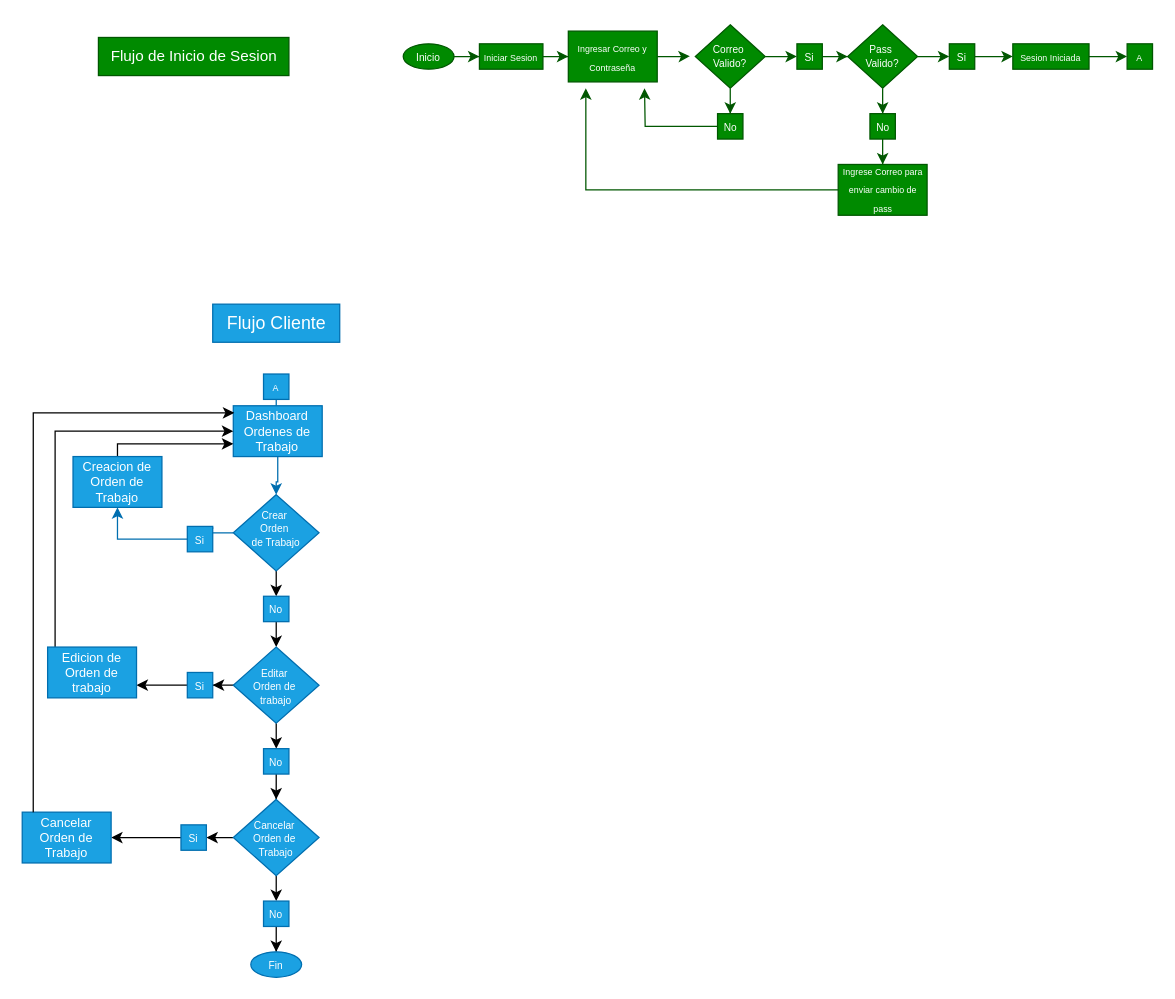
Before: Diagrama sin título.drawio in Jottapar/Curso, a draw.io diagram. Source tidied: cells renumbered, new cells numbered last; positions are measured from the earlier drawing's top-left corner, leaving out a move shared by most shapes. Both pictures are drawn from the tidied source at 127%, with x=0, y=0 at pixel (22, 24).
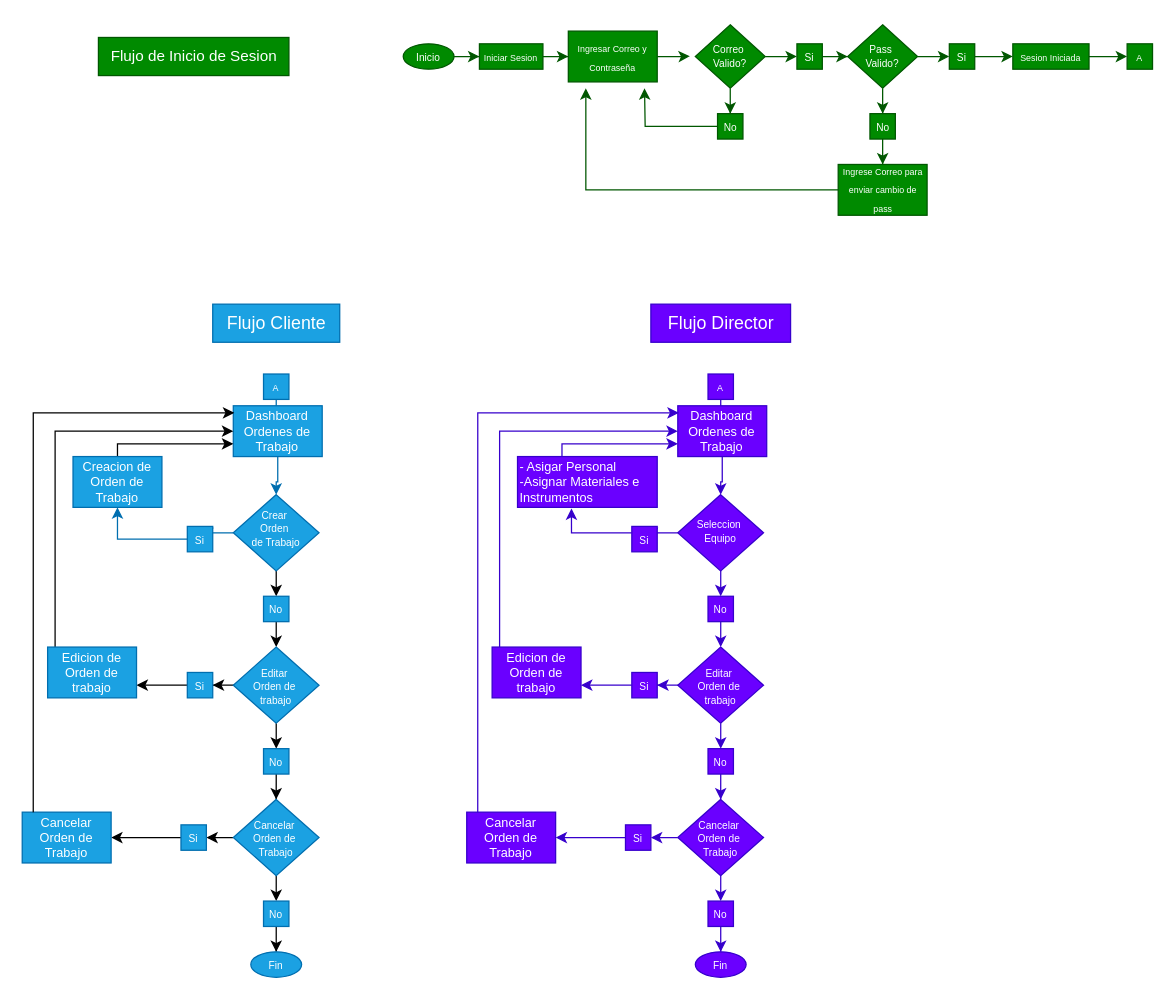
The same page after the edit.

The edit, as a diff of the source:
```diff
@@
+    <mxCell id="62" value="Flujo Director" style="text;html=1;align=center;verticalAlign=middle;strokeColor=#3700CC;fillColor=#6a00ff;fontColor=#ffffff;fontSize=14;" parent="1" vertex="1">
+      <mxGeometry x="495" y="220" width="110" height="30" as="geometry" />
+    </mxCell>
+    <mxCell id="63" style="edgeStyle=orthogonalEdgeStyle;rounded=0;jettySize=auto;html=1;entryX=0.5;entryY=0;entryDx=0;entryDy=0;fillColor=#6a00ff;strokeColor=#3700CC;" parent="1" edge="1" source="64" target="66">
+      <mxGeometry relative="1" as="geometry" />
+    </mxCell>
+    <mxCell id="64" value="&lt;span style=&quot;font-size: 7px;&quot;&gt;A&lt;/span&gt;" style="rounded=0;whiteSpace=wrap;html=1;fillColor=#6a00ff;fontColor=#ffffff;strokeColor=#3700CC;" parent="1" vertex="1">
+      <mxGeometry x="540" y="275" width="20" height="20" as="geometry" />
+    </mxCell>
+    <mxCell id="65" style="edgeStyle=orthogonalEdgeStyle;rounded=0;jettySize=auto;html=1;entryX=0.5;entryY=0;entryDx=0;entryDy=0;fillColor=#6a00ff;strokeColor=#3700CC;" parent="1" edge="1" source="66" target="69">
+      <mxGeometry relative="1" as="geometry" />
+    </mxCell>
+    <mxCell id="66" value="&lt;font&gt;Dashboard Ordenes de Trabajo&lt;/font&gt;" style="rounded=0;whiteSpace=wrap;html=1;fillColor=#6a00ff;fontColor=#ffffff;strokeColor=#3700CC;fontSize=10;" parent="1" vertex="1">
+      <mxGeometry x="516.2" y="300" width="70" height="40" as="geometry" />
+    </mxCell>
+    <mxCell id="67" style="edgeStyle=orthogonalEdgeStyle;rounded=0;jettySize=auto;html=1;fillColor=#6a00ff;strokeColor=#3700CC;" parent="1" edge="1" source="69" target="71">
+      <mxGeometry relative="1" as="geometry" />
+    </mxCell>
+    <mxCell id="68" style="edgeStyle=orthogonalEdgeStyle;rounded=0;jettySize=auto;html=1;entryX=0.5;entryY=0;entryDx=0;entryDy=0;fillColor=#6a00ff;strokeColor=#3700CC;" parent="1" edge="1" source="69" target="73">
+      <mxGeometry relative="1" as="geometry" />
+    </mxCell>
+    <mxCell id="69" value="&lt;div style=&quot;line-height: 70%;&quot;&gt;&lt;span style=&quot;font-size: 8px;&quot;&gt;Seleccion&amp;nbsp;&lt;/span&gt;&lt;/div&gt;&lt;div style=&quot;line-height: 70%;&quot;&gt;&lt;span style=&quot;font-size: 8px;&quot;&gt;Equipo&lt;/span&gt;&lt;/div&gt;" style="rhombus;whiteSpace=wrap;html=1;fillColor=#6a00ff;fontColor=#ffffff;strokeColor=#3700CC;spacingBottom=3;" parent="1" vertex="1">
+      <mxGeometry x="516.2" y="370" width="67.5" height="60" as="geometry" />
+    </mxCell>
+    <mxCell id="70" style="edgeStyle=orthogonalEdgeStyle;rounded=0;jettySize=auto;html=1;entryX=0.386;entryY=1.021;entryDx=0;entryDy=0;entryPerimeter=0;fillColor=#6a00ff;strokeColor=#3700CC;" parent="1" edge="1" source="71" target="75">
+      <mxGeometry relative="1" as="geometry">
+        <Array as="points">
+          <mxPoint x="432" y="400" />
+          <mxPoint x="432" y="381" />
+        </Array>
+      </mxGeometry>
+    </mxCell>
+    <mxCell id="71" value="&lt;font style=&quot;font-size: 8px;&quot;&gt;Si&lt;/font&gt;" style="rounded=0;whiteSpace=wrap;html=1;fillColor=#6a00ff;fontColor=#ffffff;strokeColor=#3700CC;" parent="1" vertex="1">
+      <mxGeometry x="480" y="395" width="20" height="20" as="geometry" />
+    </mxCell>
+    <mxCell id="72" style="edgeStyle=orthogonalEdgeStyle;rounded=0;jettySize=auto;html=1;fillColor=#6a00ff;strokeColor=#3700CC;" parent="1" edge="1" source="73" target="78">
+      <mxGeometry relative="1" as="geometry" />
+    </mxCell>
+    <mxCell id="73" value="&lt;font style=&quot;font-size: 8px;&quot;&gt;No&lt;/font&gt;" style="rounded=0;whiteSpace=wrap;html=1;fillColor=#6a00ff;fontColor=#ffffff;strokeColor=#3700CC;" parent="1" vertex="1">
+      <mxGeometry x="540" y="450" width="20" height="20" as="geometry" />
+    </mxCell>
+    <mxCell id="74" style="edgeStyle=orthogonalEdgeStyle;rounded=0;jettySize=auto;html=1;entryX=0;entryY=0.75;entryDx=0;entryDy=0;exitX=0.5;exitY=0;exitDx=0;exitDy=0;fillColor=#6a00ff;strokeColor=#3700CC;" parent="1" edge="1" source="75" target="66">
+      <mxGeometry relative="1" as="geometry">
+        <Array as="points">
+          <mxPoint x="425" y="330" />
+        </Array>
+      </mxGeometry>
+    </mxCell>
+    <mxCell id="75" value="- Asigar Personal&lt;br&gt;-Asignar Materiales e Instrumentos&lt;br&gt;&lt;div&gt;&lt;br&gt;&lt;/div&gt;" style="rounded=0;whiteSpace=wrap;html=1;fillColor=#6a00ff;fontColor=#ffffff;strokeColor=#3700CC;fontSize=10;spacingTop=11;align=left;" parent="1" vertex="1">
+      <mxGeometry x="390" y="340" width="110" height="40" as="geometry" />
+    </mxCell>
+    <mxCell id="76" style="edgeStyle=orthogonalEdgeStyle;rounded=0;jettySize=auto;html=1;fillColor=#6a00ff;strokeColor=#3700CC;" parent="1" edge="1" source="78" target="80">
+      <mxGeometry relative="1" as="geometry" />
+    </mxCell>
+    <mxCell id="77" style="edgeStyle=orthogonalEdgeStyle;rounded=0;jettySize=auto;html=1;entryX=0.5;entryY=0;entryDx=0;entryDy=0;fillColor=#6a00ff;strokeColor=#3700CC;" parent="1" edge="1" source="78" target="84">
+      <mxGeometry relative="1" as="geometry" />
+    </mxCell>
+    <mxCell id="78" value="&lt;div style=&quot;line-height: 70%;&quot;&gt;&lt;span style=&quot;font-size: 8px;&quot;&gt;Editar&amp;nbsp;&lt;/span&gt;&lt;/div&gt;&lt;div style=&quot;line-height: 70%;&quot;&gt;&lt;span style=&quot;font-size: 8px;&quot;&gt;Orden de&amp;nbsp;&lt;/span&gt;&lt;/div&gt;&lt;div style=&quot;line-height: 70%;&quot;&gt;&lt;span style=&quot;font-size: 8px;&quot;&gt;trabajo&lt;/span&gt;&lt;/div&gt;" style="rhombus;whiteSpace=wrap;html=1;fillColor=#6a00ff;fontColor=#ffffff;strokeColor=#3700CC;spacingBottom=-1;" parent="1" vertex="1">
+      <mxGeometry x="516.2" y="490" width="67.5" height="60" as="geometry" />
+    </mxCell>
+    <mxCell id="79" style="edgeStyle=orthogonalEdgeStyle;rounded=0;jettySize=auto;html=1;entryX=1;entryY=0.75;entryDx=0;entryDy=0;fillColor=#6a00ff;strokeColor=#3700CC;" parent="1" edge="1" source="80" target="82">
+      <mxGeometry relative="1" as="geometry" />
+    </mxCell>
+    <mxCell id="80" value="&lt;font style=&quot;font-size: 8px;&quot;&gt;Si&lt;/font&gt;" style="rounded=0;whiteSpace=wrap;html=1;fillColor=#6a00ff;fontColor=#ffffff;strokeColor=#3700CC;" parent="1" vertex="1">
+      <mxGeometry x="480" y="510" width="20" height="20" as="geometry" />
+    </mxCell>
+    <mxCell id="81" style="edgeStyle=orthogonalEdgeStyle;rounded=0;jettySize=auto;html=1;entryX=0;entryY=0.5;entryDx=0;entryDy=0;exitX=0.084;exitY=0;exitDx=0;exitDy=0;exitPerimeter=0;fillColor=#6a00ff;strokeColor=#3700CC;" parent="1" edge="1" source="82" target="66">
+      <mxGeometry relative="1" as="geometry" />
+    </mxCell>
+    <mxCell id="82" value="&lt;font&gt;Edicion de Orden de trabajo&lt;/font&gt;" style="rounded=0;whiteSpace=wrap;html=1;fillColor=#6a00ff;fontColor=#ffffff;strokeColor=#3700CC;fontSize=10;" parent="1" vertex="1">
+      <mxGeometry x="370" y="490" width="70" height="40" as="geometry" />
+    </mxCell>
+    <mxCell id="83" style="edgeStyle=orthogonalEdgeStyle;rounded=0;jettySize=auto;html=1;entryX=0.5;entryY=0;entryDx=0;entryDy=0;fillColor=#6a00ff;strokeColor=#3700CC;" parent="1" edge="1" source="84" target="87">
+      <mxGeometry relative="1" as="geometry" />
+    </mxCell>
+    <mxCell id="84" value="&lt;font style=&quot;font-size: 8px;&quot;&gt;No&lt;/font&gt;" style="rounded=0;whiteSpace=wrap;html=1;fillColor=#6a00ff;fontColor=#ffffff;strokeColor=#3700CC;" parent="1" vertex="1">
+      <mxGeometry x="540" y="570" width="20" height="20" as="geometry" />
+    </mxCell>
+    <mxCell id="85" style="edgeStyle=orthogonalEdgeStyle;rounded=0;jettySize=auto;html=1;entryX=0.5;entryY=0;entryDx=0;entryDy=0;fillColor=#6a00ff;strokeColor=#3700CC;" parent="1" edge="1" source="87" target="93">
+      <mxGeometry relative="1" as="geometry" />
+    </mxCell>
+    <mxCell id="86" style="edgeStyle=orthogonalEdgeStyle;rounded=0;jettySize=auto;html=1;entryX=1;entryY=0.5;entryDx=0;entryDy=0;fillColor=#6a00ff;strokeColor=#3700CC;" parent="1" edge="1" source="87" target="89">
+      <mxGeometry relative="1" as="geometry" />
+    </mxCell>
+    <mxCell id="87" value="&lt;div style=&quot;line-height: 70%;&quot;&gt;&lt;span style=&quot;font-size: 8px;&quot;&gt;Cancelar&amp;nbsp;&lt;/span&gt;&lt;/div&gt;&lt;div style=&quot;line-height: 70%;&quot;&gt;&lt;span style=&quot;font-size: 8px;&quot;&gt;Orden de&amp;nbsp;&lt;/span&gt;&lt;/div&gt;&lt;div style=&quot;line-height: 70%;&quot;&gt;&lt;span style=&quot;font-size: 8px;&quot;&gt;Trabajo&lt;/span&gt;&lt;/div&gt;" style="rhombus;whiteSpace=wrap;html=1;fillColor=#6a00ff;fontColor=#ffffff;strokeColor=#3700CC;spacingBottom=-1;" parent="1" vertex="1">
+      <mxGeometry x="516.2" y="610" width="67.5" height="60" as="geometry" />
+    </mxCell>
+    <mxCell id="88" style="edgeStyle=orthogonalEdgeStyle;rounded=0;jettySize=auto;html=1;entryX=1;entryY=0.5;entryDx=0;entryDy=0;fillColor=#6a00ff;strokeColor=#3700CC;" parent="1" edge="1" source="89" target="90">
+      <mxGeometry relative="1" as="geometry" />
+    </mxCell>
+    <mxCell id="89" value="&lt;font style=&quot;font-size: 8px;&quot;&gt;Si&lt;/font&gt;" style="rounded=0;whiteSpace=wrap;html=1;fillColor=#6a00ff;fontColor=#ffffff;strokeColor=#3700CC;" parent="1" vertex="1">
+      <mxGeometry x="475" y="630" width="20" height="20" as="geometry" />
+    </mxCell>
+    <mxCell id="90" value="&lt;font&gt;Cancelar Orden de Trabajo&lt;/font&gt;" style="rounded=0;whiteSpace=wrap;html=1;fillColor=#6a00ff;fontColor=#ffffff;strokeColor=#3700CC;fontSize=10;" parent="1" vertex="1">
+      <mxGeometry x="350" y="620" width="70" height="40" as="geometry" />
+    </mxCell>
+    <mxCell id="91" style="edgeStyle=orthogonalEdgeStyle;rounded=0;jettySize=auto;html=1;entryX=0.011;entryY=0.139;entryDx=0;entryDy=0;entryPerimeter=0;exitX=0.124;exitY=0;exitDx=0;exitDy=0;exitPerimeter=0;fillColor=#6a00ff;strokeColor=#3700CC;" parent="1" edge="1" source="90" target="66">
+      <mxGeometry relative="1" as="geometry" />
+    </mxCell>
+    <mxCell id="92" style="edgeStyle=orthogonalEdgeStyle;rounded=0;jettySize=auto;html=1;entryX=0.5;entryY=0;entryDx=0;entryDy=0;fillColor=#6a00ff;strokeColor=#3700CC;" parent="1" edge="1" source="93" target="94">
+      <mxGeometry relative="1" as="geometry" />
+    </mxCell>
+    <mxCell id="93" value="&lt;font style=&quot;font-size: 8px;&quot;&gt;No&lt;/font&gt;" style="rounded=0;whiteSpace=wrap;html=1;fillColor=#6a00ff;fontColor=#ffffff;strokeColor=#3700CC;" parent="1" vertex="1">
+      <mxGeometry x="540" y="690" width="20" height="20" as="geometry" />
+    </mxCell>
+    <mxCell id="94" value="&lt;font style=&quot;font-size: 8px;&quot;&gt;Fin&lt;/font&gt;" style="ellipse;whiteSpace=wrap;html=1;fillColor=#6a00ff;fontColor=#ffffff;strokeColor=#3700CC;" parent="1" vertex="1">
+      <mxGeometry x="530" y="730" width="40" height="20" as="geometry" />
+    </mxCell>
```
